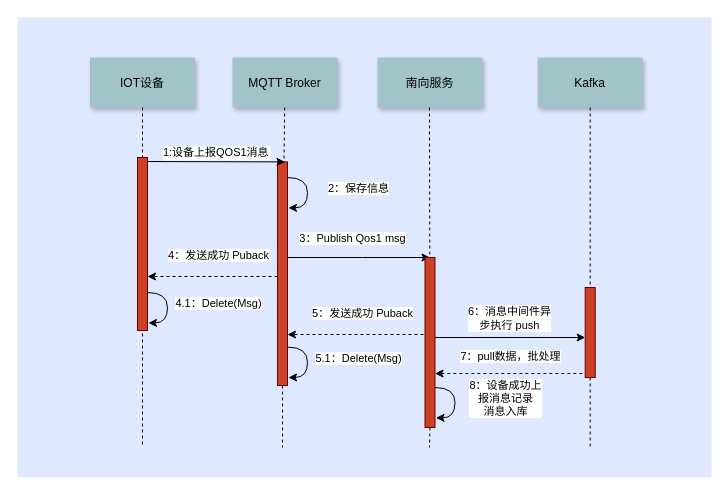
wjwzero/DesignDrawing- keeps this draw.io diagram as WebHook设备发送消息成功.drawio. Above is the earlier version. Source tidied: cells renumbered, new cells numbered last; positions are measured from the earlier drawing's top-left corner, leaving out a move shared by most shapes. Both pictures are drawn from the tidied source at 100%, with x=0, y=0 at pixel (17, 17).
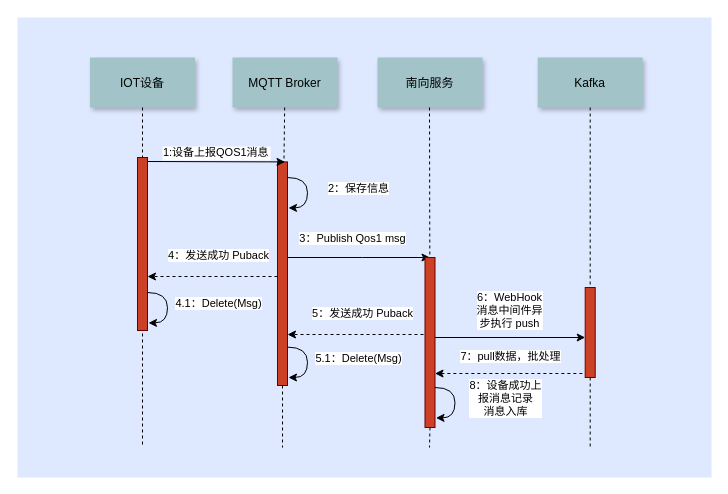
Above is the later version.

Commit message:
更新WebHook设备发送消息成功.drawio

The change refers to these unchanged cells:
```xml
<mxCell id="19" style="edgeStyle=orthogonalEdgeStyle;rounded=0;orthogonalLoop=1;jettySize=auto;html=1;entryX=0.028;entryY=0.089;entryDx=0;entryDy=0;entryPerimeter=0;" parent="1" edge="1">
  <mxGeometry relative="1" as="geometry">
    <mxPoint x="417.2" y="320" as="sourcePoint" />
    <mxPoint x="567.7" y="320" as="targetPoint" />
    <Array as="points">
      <mxPoint x="416.7" y="320" />
    </Array>
  </mxGeometry>
</mxCell>
```

Change to the diagram source:
```diff
@@
-    <mxCell id="20" value="6：消息中间件异&lt;br&gt;步执行 push" style="edgeLabel;html=1;align=center;verticalAlign=middle;" parent="19" vertex="1">
+    <mxCell id="20" value="6：WebHook&lt;br&gt;消息中间件异&lt;br&gt;步执行 push" style="edgeLabel;html=1;align=center;verticalAlign=middle;" parent="19" vertex="1">
       <mxGeometry x="-0.33" y="-1" relative="1" as="geometry">
-        <mxPoint x="24.7" y="-21" as="offset" />
+        <mxPoint x="24.7" y="-29" as="offset" />
       </mxGeometry>
     </mxCell>
```
